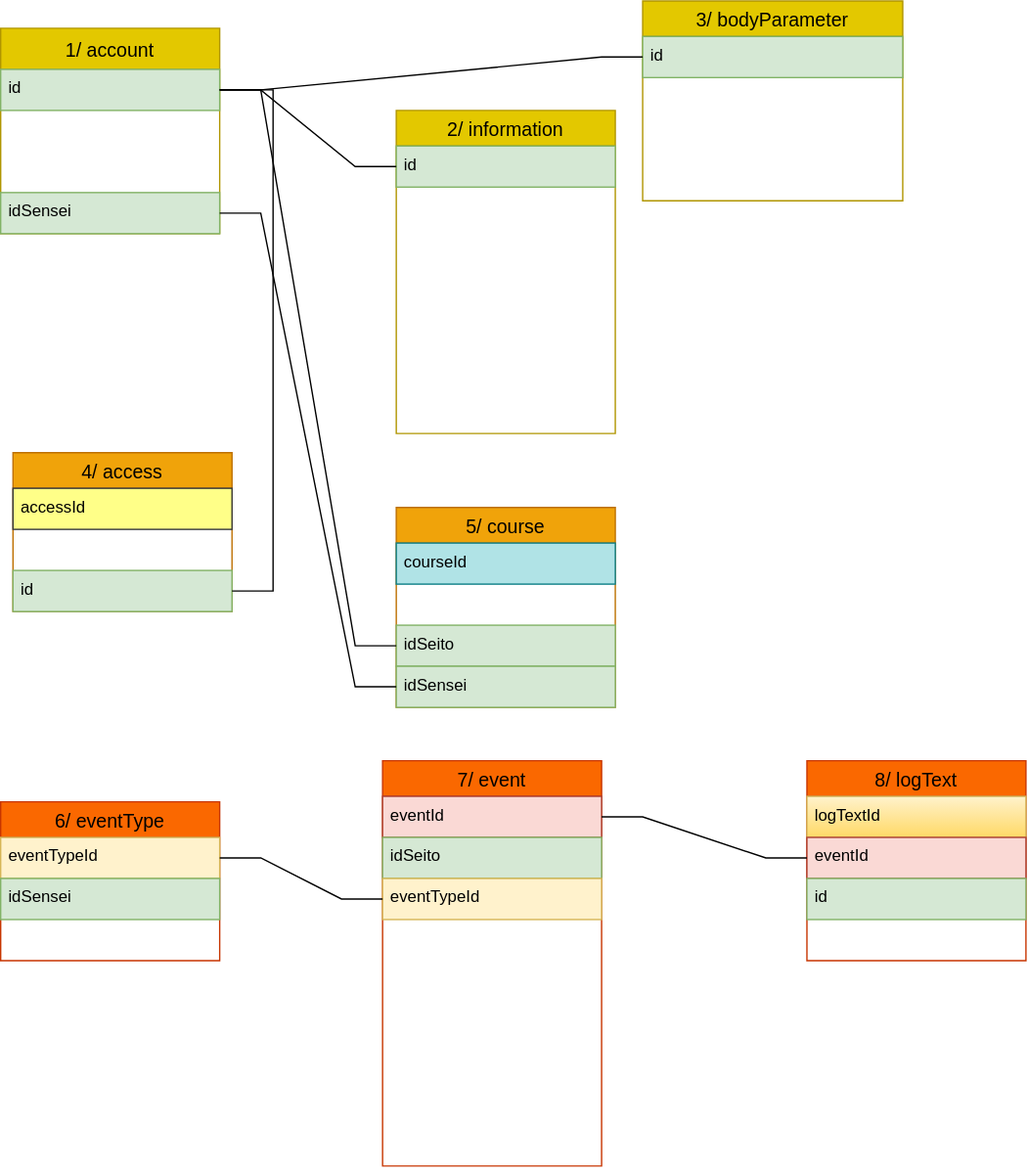
The draw.io diagram database/データベースの構造.drawio.svg in Yoshiki217/traning, before a commit. Source tidied: cells renumbered, new cells last; positions are measured from the earlier drawing's top-left corner, leaving out a move shared by most shapes.
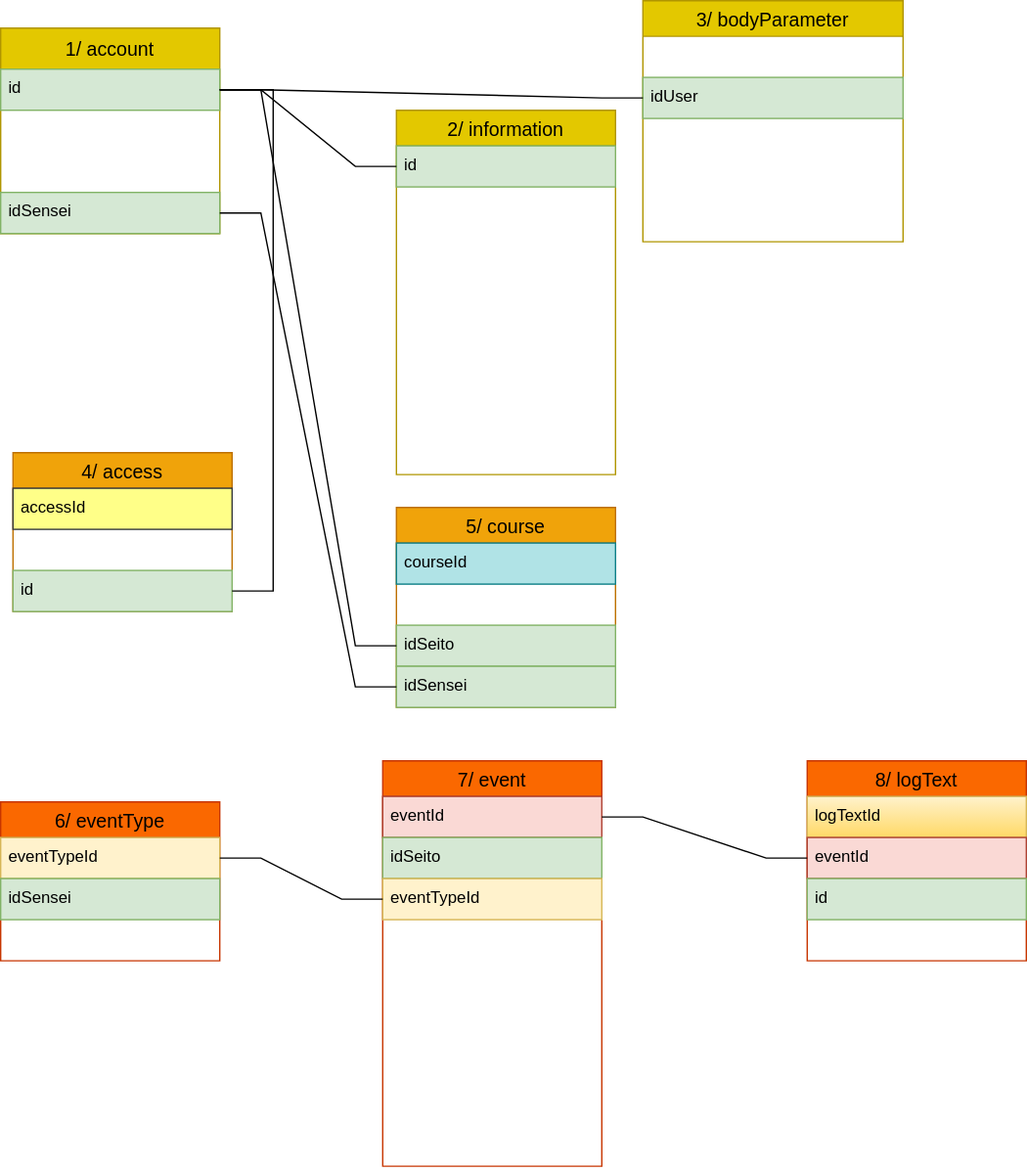
After the change.

What changed in the source:
```diff
@@ -3,7 +3,7 @@
     <mxCell id="0" />
     <mxCell id="1" parent="0" />
     <mxCell id="2" value="2/ information" style="swimlane;fontStyle=0;horizontal=1;startSize=26;align=center;fontSize=14;fillColor=#e3c800;strokeColor=#B09500;fontColor=#000000;" parent="1" vertex="1">
-      <mxGeometry x="289" y="80" width="160" height="236" as="geometry" />
+      <mxGeometry x="289" y="80" width="160" height="266" as="geometry" />
     </mxCell>
     <mxCell id="3" value="id" style="text;strokeColor=#82b366;fillColor=#d5e8d4;spacingLeft=4;spacingRight=4;overflow=hidden;points=[[0,0.5],[1,0.5]];portConstraint=eastwest;fontSize=12;fontColor=#000000;" parent="2" vertex="1">
       <mxGeometry y="26" width="160" height="30" as="geometry" />
@@ -26,20 +26,26 @@
     <mxCell id="9" value="sex" style="text;strokeColor=none;fillColor=none;spacingLeft=4;spacingRight=4;overflow=hidden;fontSize=12;fontColor=#FFFFFF;" parent="2" vertex="1">
       <mxGeometry y="206" width="160" height="30" as="geometry" />
     </mxCell>
+    <mxCell id="55" value="avatar" style="text;strokeColor=none;fillColor=none;spacingLeft=4;spacingRight=4;overflow=hidden;fontSize=12;fontColor=#FFFFFF;" parent="2" vertex="1">
+      <mxGeometry y="236" width="160" height="30" as="geometry" />
+    </mxCell>
     <mxCell id="10" value="3/ bodyParameter" style="swimlane;fontStyle=0;horizontal=1;startSize=26;align=center;fontSize=14;fillColor=#e3c800;fontColor=#000000;strokeColor=#B09500;" parent="1" vertex="1">
-      <mxGeometry x="469" width="190" height="146" as="geometry" />
+      <mxGeometry x="469" width="190" height="176" as="geometry" />
     </mxCell>
+    <mxCell id="56" value="id" style="text;strokeColor=none;fillColor=none;spacingLeft=4;spacingRight=4;overflow=hidden;fontSize=12;fontColor=#FFFFFF;" parent="10" vertex="1">
+      <mxGeometry y="26" width="190" height="30" as="geometry" />
+    </mxCell>
-    <mxCell id="11" value="id" style="text;strokeColor=#82b366;fillColor=#d5e8d4;spacingLeft=4;spacingRight=4;overflow=hidden;points=[[0,0.5],[1,0.5]];portConstraint=eastwest;fontSize=12;fontColor=#000000;" parent="10" vertex="1">
-      <mxGeometry y="26" width="190" height="30" as="geometry" />
+    <mxCell id="11" value="idUser" style="text;strokeColor=#82b366;fillColor=#d5e8d4;spacingLeft=4;spacingRight=4;overflow=hidden;points=[[0,0.5],[1,0.5]];portConstraint=eastwest;fontSize=12;fontColor=#000000;" parent="10" vertex="1">
+      <mxGeometry y="56" width="190" height="30" as="geometry" />
     </mxCell>
     <mxCell id="12" value="weight" style="text;strokeColor=none;fillColor=none;spacingLeft=4;spacingRight=4;overflow=hidden;fontSize=12;fontColor=#FFFFFF;" parent="10" vertex="1">
-      <mxGeometry y="56" width="190" height="30" as="geometry" />
+      <mxGeometry y="86" width="190" height="30" as="geometry" />
     </mxCell>
     <mxCell id="13" value="height" style="text;strokeColor=none;fillColor=none;spacingLeft=4;spacingRight=4;overflow=hidden;fontSize=12;fontColor=#FFFFFF;" parent="10" vertex="1">
-      <mxGeometry y="86" width="190" height="30" as="geometry" />
+      <mxGeometry y="116" width="190" height="30" as="geometry" />
     </mxCell>
-    <mxCell id="14" value="bmi" style="text;strokeColor=none;fillColor=none;spacingLeft=4;spacingRight=4;overflow=hidden;fontSize=12;fontColor=#FFFFFF;" parent="10" vertex="1">
-      <mxGeometry y="116" width="190" height="30" as="geometry" />
+    <mxCell id="14" value="date" style="text;strokeColor=none;fillColor=none;spacingLeft=4;spacingRight=4;overflow=hidden;fontSize=12;fontColor=#FFFFFF;" parent="10" vertex="1">
+      <mxGeometry y="146" width="190" height="30" as="geometry" />
     </mxCell>
     <mxCell id="15" value="1/ account" style="swimlane;fontStyle=0;horizontal=1;startSize=30;align=center;fontSize=14;fillColor=#e3c800;strokeColor=#B09500;fontColor=#000000;" parent="1" vertex="1">
       <mxGeometry y="20" width="160" height="150" as="geometry" />
@@ -86,7 +92,7 @@
     <mxCell id="29" style="edgeStyle=entityRelationEdgeStyle;fontSize=12;html=1;endArrow=none;rounded=0;fontColor=#FFFFFF;endFill=0;" parent="1" edge="1" source="16" target="3">
       <mxGeometry relative="1" as="geometry" />
     </mxCell>
-    <mxCell id="30" style="edgeStyle=entityRelationEdgeStyle;fontSize=12;html=1;endArrow=none;rounded=0;fontColor=#FFFFFF;endFill=0;" parent="1" edge="1" source="16" target="11">
+    <mxCell id="30" style="edgeStyle=entityRelationEdgeStyle;fontSize=12;html=1;endArrow=none;rounded=0;fontColor=#FFFFFF;endFill=0;entryX=0;entryY=0.5;entryDx=0;entryDy=0;" parent="1" edge="1" source="16" target="11">
       <mxGeometry relative="1" as="geometry" />
     </mxCell>
     <mxCell id="31" value="7/ event" style="swimlane;fontStyle=0;horizontal=1;startSize=26;align=center;fontSize=14;fillColor=#fa6800;fontColor=#000000;strokeColor=#C73500;" parent="1" vertex="1">
```
